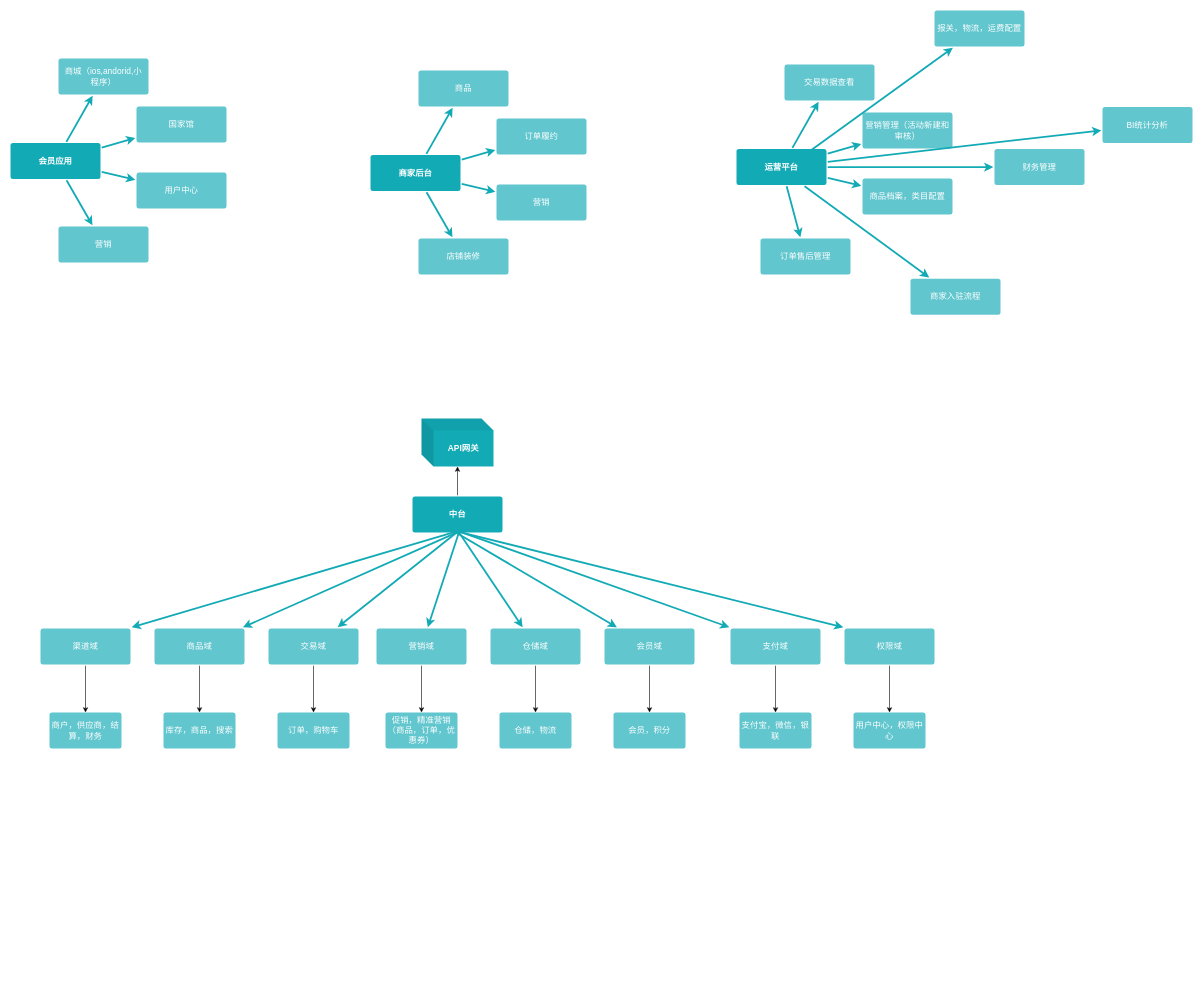
This is uml/未命名绘图.drawio from shuailee/note, a draw.io file, before an edit. Source tidied: cells renumbered, new cells numbered last; positions are measured from the earlier drawing's top-left corner, leaving out a move shared by most shapes. Both pictures are drawn from the tidied source at 60%, with x=0, y=0 at pixel (10, 10).
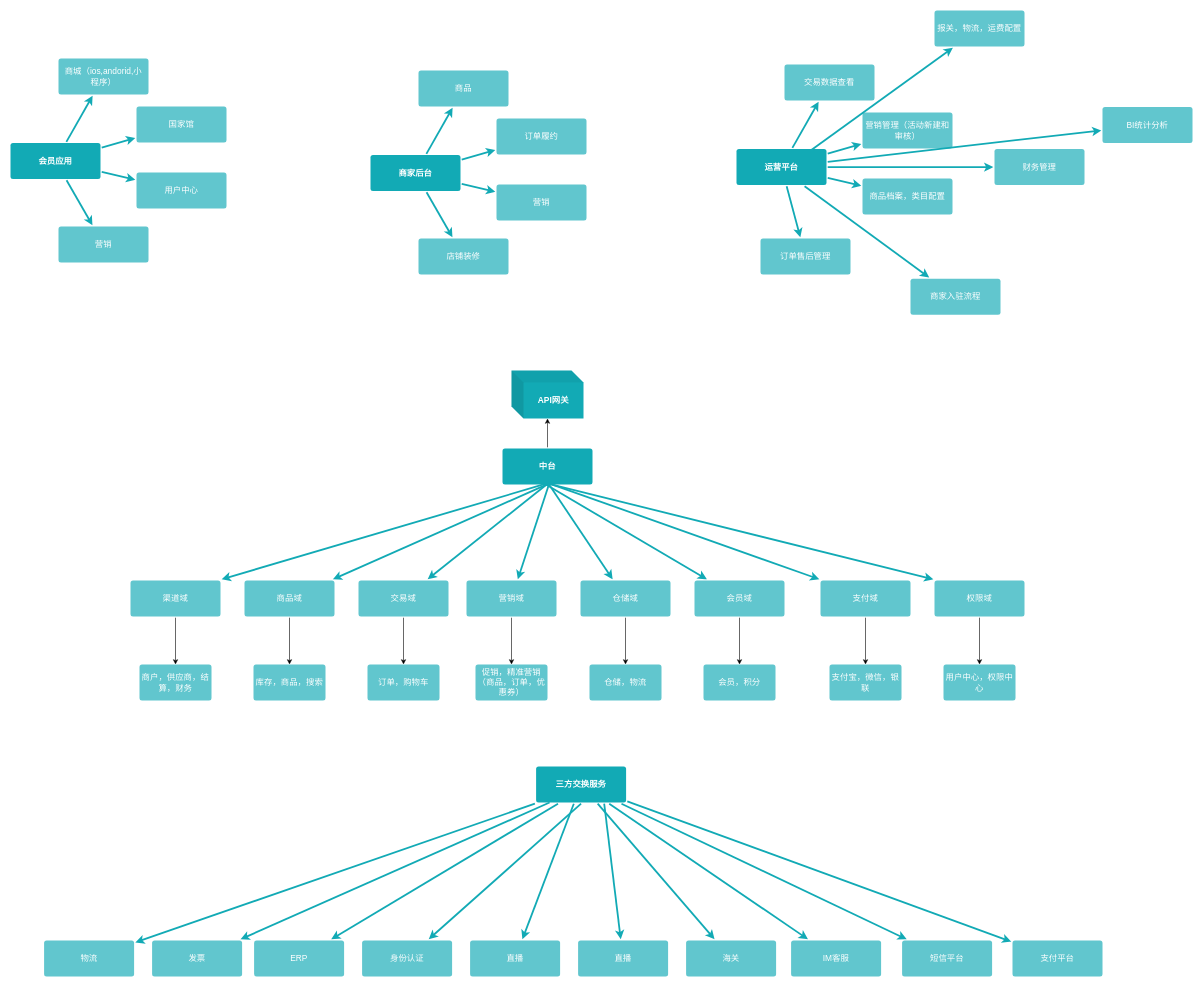
Above is the later version.

Commit message:
已添加 未命名绘图.drawio

Diff of the diagram source:
```diff
@@
     <mxCell id="31" value="中台" style="rounded=1;whiteSpace=wrap;html=1;shadow=0;labelBackgroundColor=none;strokeColor=none;strokeWidth=3;fillColor=#12aab5;fontFamily=Helvetica;fontSize=14;fontColor=#FFFFFF;align=center;spacing=5;fontStyle=1;arcSize=7;perimeterSpacing=2;" parent="1" vertex="1">
-      <mxGeometry x="670" y="810" width="150" height="60" as="geometry" />
+      <mxGeometry x="820" y="730" width="150" height="60" as="geometry" />
     </mxCell>
@@
     <mxCell id="33" value="营销域" style="rounded=1;whiteSpace=wrap;html=1;shadow=0;labelBackgroundColor=none;strokeColor=none;strokeWidth=3;fillColor=#61c6ce;fontFamily=Helvetica;fontSize=14;fontColor=#FFFFFF;align=center;spacing=5;fontStyle=0;arcSize=7;perimeterSpacing=2;" parent="1" vertex="1">
-      <mxGeometry x="610" y="1030" width="150" height="60" as="geometry" />
+      <mxGeometry x="760" y="950" width="150" height="60" as="geometry" />
     </mxCell>
@@
     <mxCell id="36" value="交易域" style="rounded=1;whiteSpace=wrap;html=1;shadow=0;labelBackgroundColor=none;strokeColor=none;strokeWidth=3;fillColor=#61c6ce;fontFamily=Helvetica;fontSize=14;fontColor=#FFFFFF;align=center;spacing=5;fontStyle=0;arcSize=7;perimeterSpacing=2;" parent="1" vertex="1">
-      <mxGeometry x="430" y="1030" width="150" height="60" as="geometry" />
+      <mxGeometry x="580" y="950" width="150" height="60" as="geometry" />
     </mxCell>
@@
     <mxCell id="39" value="仓储域" style="rounded=1;whiteSpace=wrap;html=1;shadow=0;labelBackgroundColor=none;strokeColor=none;strokeWidth=3;fillColor=#61c6ce;fontFamily=Helvetica;fontSize=14;fontColor=#FFFFFF;align=center;spacing=5;fontStyle=0;arcSize=7;perimeterSpacing=2;" parent="1" vertex="1">
-      <mxGeometry x="800" y="1030" width="150" height="60" as="geometry" />
+      <mxGeometry x="950" y="950" width="150" height="60" as="geometry" />
     </mxCell>
@@
     <mxCell id="42" value="商品域" style="rounded=1;whiteSpace=wrap;html=1;shadow=0;labelBackgroundColor=none;strokeColor=none;strokeWidth=3;fillColor=#61c6ce;fontFamily=Helvetica;fontSize=14;fontColor=#FFFFFF;align=center;spacing=5;fontStyle=0;arcSize=7;perimeterSpacing=2;" parent="1" vertex="1">
-      <mxGeometry x="240" y="1030" width="150" height="60" as="geometry" />
+      <mxGeometry x="390" y="950" width="150" height="60" as="geometry" />
     </mxCell>
@@
     <mxCell id="45" value="会员域" style="rounded=1;whiteSpace=wrap;html=1;shadow=0;labelBackgroundColor=none;strokeColor=none;strokeWidth=3;fillColor=#61c6ce;fontFamily=Helvetica;fontSize=14;fontColor=#FFFFFF;align=center;spacing=5;fontStyle=0;arcSize=7;perimeterSpacing=2;" parent="1" vertex="1">
-      <mxGeometry x="990" y="1030" width="150" height="60" as="geometry" />
+      <mxGeometry x="1140" y="950" width="150" height="60" as="geometry" />
     </mxCell>
@@
     <mxCell id="48" value="支付域" style="rounded=1;whiteSpace=wrap;html=1;shadow=0;labelBackgroundColor=none;strokeColor=none;strokeWidth=3;fillColor=#61c6ce;fontFamily=Helvetica;fontSize=14;fontColor=#FFFFFF;align=center;spacing=5;fontStyle=0;arcSize=7;perimeterSpacing=2;" parent="1" vertex="1">
-      <mxGeometry x="1200" y="1030" width="150" height="60" as="geometry" />
+      <mxGeometry x="1350" y="950" width="150" height="60" as="geometry" />
     </mxCell>
@@
     <mxCell id="50" value="渠道域" style="rounded=1;whiteSpace=wrap;html=1;shadow=0;labelBackgroundColor=none;strokeColor=none;strokeWidth=3;fillColor=#61c6ce;fontFamily=Helvetica;fontSize=14;fontColor=#FFFFFF;align=center;spacing=5;fontStyle=0;arcSize=7;perimeterSpacing=2;" parent="1" vertex="1">
-      <mxGeometry x="50" y="1030" width="150" height="60" as="geometry" />
+      <mxGeometry x="200" y="950" width="150" height="60" as="geometry" />
     </mxCell>
@@
     <mxCell id="54" value="权限域" style="rounded=1;whiteSpace=wrap;html=1;shadow=0;labelBackgroundColor=none;strokeColor=none;strokeWidth=3;fillColor=#61c6ce;fontFamily=Helvetica;fontSize=14;fontColor=#FFFFFF;align=center;spacing=5;fontStyle=0;arcSize=7;perimeterSpacing=2;" parent="1" vertex="1">
-      <mxGeometry x="1390" y="1030" width="150" height="60" as="geometry" />
+      <mxGeometry x="1540" y="950" width="150" height="60" as="geometry" />
     </mxCell>
     <mxCell id="55" value="商户，供应商，结算，财务" style="whiteSpace=wrap;html=1;rounded=1;shadow=0;fontSize=14;fontColor=#FFFFFF;fontStyle=0;strokeColor=none;strokeWidth=3;fillColor=#61c6ce;spacing=5;arcSize=7;" parent="1" vertex="1">
-      <mxGeometry x="65" y="1170" width="120" height="60" as="geometry" />
+      <mxGeometry x="215" y="1090" width="120" height="60" as="geometry" />
     </mxCell>
     <mxCell id="56" value="库存，商品，搜索" style="whiteSpace=wrap;html=1;rounded=1;shadow=0;fontSize=14;fontColor=#FFFFFF;fontStyle=0;strokeColor=none;strokeWidth=3;fillColor=#61c6ce;spacing=5;arcSize=7;" parent="1" vertex="1">
-      <mxGeometry x="255" y="1170" width="120" height="60" as="geometry" />
+      <mxGeometry x="405" y="1090" width="120" height="60" as="geometry" />
     </mxCell>
     <mxCell id="57" value="订单，购物车" style="whiteSpace=wrap;html=1;rounded=1;shadow=0;fontSize=14;fontColor=#FFFFFF;fontStyle=0;strokeColor=none;strokeWidth=3;fillColor=#61c6ce;spacing=5;arcSize=7;" parent="1" vertex="1">
-      <mxGeometry x="445" y="1170" width="120" height="60" as="geometry" />
+      <mxGeometry x="595" y="1090" width="120" height="60" as="geometry" />
     </mxCell>
     <mxCell id="58" value="仓储，物流" style="whiteSpace=wrap;html=1;rounded=1;shadow=0;fontSize=14;fontColor=#FFFFFF;fontStyle=0;strokeColor=none;strokeWidth=3;fillColor=#61c6ce;spacing=5;arcSize=7;" parent="1" vertex="1">
-      <mxGeometry x="815" y="1170" width="120" height="60" as="geometry" />
+      <mxGeometry x="965" y="1090" width="120" height="60" as="geometry" />
     </mxCell>
     <mxCell id="59" value="促销，精准营销&lt;br&gt;（商品，订单，优惠券）" style="whiteSpace=wrap;html=1;rounded=1;shadow=0;fontSize=14;fontColor=#FFFFFF;fontStyle=0;strokeColor=none;strokeWidth=3;fillColor=#61c6ce;spacing=5;arcSize=7;" parent="1" vertex="1">
-      <mxGeometry x="625" y="1170" width="120" height="60" as="geometry" />
+      <mxGeometry x="775" y="1090" width="120" height="60" as="geometry" />
     </mxCell>
     <mxCell id="60" value="会员，积分" style="whiteSpace=wrap;html=1;rounded=1;shadow=0;fontSize=14;fontColor=#FFFFFF;fontStyle=0;strokeColor=none;strokeWidth=3;fillColor=#61c6ce;spacing=5;arcSize=7;" parent="1" vertex="1">
-      <mxGeometry x="1005" y="1170" width="120" height="60" as="geometry" />
+      <mxGeometry x="1155" y="1090" width="120" height="60" as="geometry" />
     </mxCell>
     <mxCell id="61" value="支付宝，微信，银联" style="whiteSpace=wrap;html=1;rounded=1;shadow=0;fontSize=14;fontColor=#FFFFFF;fontStyle=0;strokeColor=none;strokeWidth=3;fillColor=#61c6ce;spacing=5;arcSize=7;" parent="1" vertex="1">
-      <mxGeometry x="1215" y="1170" width="120" height="60" as="geometry" />
+      <mxGeometry x="1365" y="1090" width="120" height="60" as="geometry" />
     </mxCell>
     <mxCell id="62" value="用户中心，权限中心" style="whiteSpace=wrap;html=1;rounded=1;shadow=0;fontSize=14;fontColor=#FFFFFF;fontStyle=0;strokeColor=none;strokeWidth=3;fillColor=#61c6ce;spacing=5;arcSize=7;" parent="1" vertex="1">
-      <mxGeometry x="1405" y="1170" width="120" height="60" as="geometry" />
+      <mxGeometry x="1555" y="1090" width="120" height="60" as="geometry" />
     </mxCell>
     <mxCell id="63" value="API网关" style="shape=cube;whiteSpace=wrap;html=1;boundedLbl=1;backgroundOutline=1;darkOpacity=0.05;darkOpacity2=0.1;rounded=1;shadow=0;fontSize=14;fontColor=#FFFFFF;fontStyle=1;strokeColor=none;strokeWidth=3;fillColor=#12aab5;spacing=5;arcSize=7;" parent="1" vertex="1">
-      <mxGeometry x="685" y="680" width="120" height="80" as="geometry" />
+      <mxGeometry x="835" y="600" width="120" height="80" as="geometry" />
     </mxCell>
@@
+    <mxCell id="72" value="三方交换服务" style="rounded=1;whiteSpace=wrap;html=1;shadow=0;labelBackgroundColor=none;strokeColor=none;strokeWidth=3;fillColor=#12aab5;fontFamily=Helvetica;fontSize=14;fontColor=#FFFFFF;align=center;spacing=5;fontStyle=1;arcSize=7;perimeterSpacing=2;" parent="1" vertex="1">
+      <mxGeometry x="876" y="1260" width="150" height="60" as="geometry" />
+    </mxCell>
+    <mxCell id="73" value="直播" style="rounded=1;whiteSpace=wrap;html=1;shadow=0;labelBackgroundColor=none;strokeColor=none;strokeWidth=3;fillColor=#61c6ce;fontFamily=Helvetica;fontSize=14;fontColor=#FFFFFF;align=center;spacing=5;fontStyle=0;arcSize=7;perimeterSpacing=2;" parent="1" vertex="1">
+      <mxGeometry x="766" y="1550" width="150" height="60" as="geometry" />
+    </mxCell>
+    <mxCell id="74" style="edgeStyle=none;rounded=1;jumpStyle=none;html=1;shadow=0;labelBackgroundColor=none;startArrow=none;startFill=0;jettySize=auto;strokeColor=#12AAB5;strokeWidth=3;fontFamily=Helvetica;fontSize=14;fontColor=#FFFFFF;spacing=5;fontStyle=1;fillColor=#b0e3e6;" parent="1" edge="1" source="72" target="73">
+      <mxGeometry relative="1" as="geometry" />
+    </mxCell>
+    <mxCell id="75" value="IM客服" style="rounded=1;whiteSpace=wrap;html=1;shadow=0;labelBackgroundColor=none;strokeColor=none;strokeWidth=3;fillColor=#61c6ce;fontFamily=Helvetica;fontSize=14;fontColor=#FFFFFF;align=center;spacing=5;fontStyle=0;arcSize=7;perimeterSpacing=2;" parent="1" vertex="1">
+      <mxGeometry x="1301" y="1550" width="150" height="60" as="geometry" />
+    </mxCell>
+    <mxCell id="76" style="edgeStyle=none;rounded=1;jumpStyle=none;html=1;shadow=0;labelBackgroundColor=none;startArrow=none;startFill=0;jettySize=auto;strokeColor=#12AAB5;strokeWidth=3;fontFamily=Helvetica;fontSize=14;fontColor=#FFFFFF;spacing=5;fontStyle=1;fillColor=#b0e3e6;" parent="1" edge="1" source="72" target="75">
+      <mxGeometry relative="1" as="geometry" />
+    </mxCell>
+    <mxCell id="77" value="短信平台" style="rounded=1;whiteSpace=wrap;html=1;shadow=0;labelBackgroundColor=none;strokeColor=none;strokeWidth=3;fillColor=#61c6ce;fontFamily=Helvetica;fontSize=14;fontColor=#FFFFFF;align=center;spacing=5;fontStyle=0;arcSize=7;perimeterSpacing=2;" parent="1" vertex="1">
+      <mxGeometry x="1486" y="1550" width="150" height="60" as="geometry" />
+    </mxCell>
+    <mxCell id="78" style="edgeStyle=none;rounded=1;jumpStyle=none;html=1;shadow=0;labelBackgroundColor=none;startArrow=none;startFill=0;jettySize=auto;strokeColor=#12AAB5;strokeWidth=3;fontFamily=Helvetica;fontSize=14;fontColor=#FFFFFF;spacing=5;fontStyle=1;fillColor=#b0e3e6;" parent="1" edge="1" source="72" target="77">
+      <mxGeometry relative="1" as="geometry" />
+    </mxCell>
+    <mxCell id="79" value="支付平台" style="rounded=1;whiteSpace=wrap;html=1;shadow=0;labelBackgroundColor=none;strokeColor=none;strokeWidth=3;fillColor=#61c6ce;fontFamily=Helvetica;fontSize=14;fontColor=#FFFFFF;align=center;spacing=5;fontStyle=0;arcSize=7;perimeterSpacing=2;" parent="1" vertex="1">
+      <mxGeometry x="1670" y="1550" width="150" height="60" as="geometry" />
+    </mxCell>
+    <mxCell id="80" style="edgeStyle=none;rounded=1;jumpStyle=none;html=1;shadow=0;labelBackgroundColor=none;startArrow=none;startFill=0;jettySize=auto;strokeColor=#12AAB5;strokeWidth=3;fontFamily=Helvetica;fontSize=14;fontColor=#FFFFFF;spacing=5;fontStyle=1;fillColor=#b0e3e6;" parent="1" edge="1" source="72" target="79">
+      <mxGeometry relative="1" as="geometry" />
+    </mxCell>
+    <mxCell id="81" value="直播" style="rounded=1;whiteSpace=wrap;html=1;shadow=0;labelBackgroundColor=none;strokeColor=none;strokeWidth=3;fillColor=#61c6ce;fontFamily=Helvetica;fontSize=14;fontColor=#FFFFFF;align=center;spacing=5;fontStyle=0;arcSize=7;perimeterSpacing=2;" parent="1" vertex="1">
+      <mxGeometry x="946" y="1550" width="150" height="60" as="geometry" />
+    </mxCell>
+    <mxCell id="82" style="edgeStyle=none;rounded=1;jumpStyle=none;html=1;shadow=0;labelBackgroundColor=none;startArrow=none;startFill=0;jettySize=auto;strokeColor=#12AAB5;strokeWidth=3;fontFamily=Helvetica;fontSize=14;fontColor=#FFFFFF;spacing=5;fontStyle=1;fillColor=#b0e3e6;exitX=0.75;exitY=1;exitDx=0;exitDy=0;" parent="1" edge="1" source="72" target="81">
+      <mxGeometry relative="1" as="geometry" />
+    </mxCell>
+    <mxCell id="83" value="身份认证" style="rounded=1;whiteSpace=wrap;html=1;shadow=0;labelBackgroundColor=none;strokeColor=none;strokeWidth=3;fillColor=#61c6ce;fontFamily=Helvetica;fontSize=14;fontColor=#FFFFFF;align=center;spacing=5;fontStyle=0;arcSize=7;perimeterSpacing=2;" parent="1" vertex="1">
+      <mxGeometry x="586" y="1550" width="150" height="60" as="geometry" />
+    </mxCell>
+    <mxCell id="84" style="edgeStyle=none;rounded=1;jumpStyle=none;html=1;shadow=0;labelBackgroundColor=none;startArrow=none;startFill=0;jettySize=auto;strokeColor=#12AAB5;strokeWidth=3;fontFamily=Helvetica;fontSize=14;fontColor=#FFFFFF;spacing=5;fontStyle=1;fillColor=#b0e3e6;exitX=0.5;exitY=1;exitDx=0;exitDy=0;" parent="1" edge="1" source="72" target="83">
+      <mxGeometry relative="1" as="geometry" />
+    </mxCell>
+    <mxCell id="85" value="ERP" style="rounded=1;whiteSpace=wrap;html=1;shadow=0;labelBackgroundColor=none;strokeColor=none;strokeWidth=3;fillColor=#61c6ce;fontFamily=Helvetica;fontSize=14;fontColor=#FFFFFF;align=center;spacing=5;fontStyle=0;arcSize=7;perimeterSpacing=2;" parent="1" vertex="1">
+      <mxGeometry x="406" y="1550" width="150" height="60" as="geometry" />
+    </mxCell>
+    <mxCell id="86" style="edgeStyle=none;rounded=1;jumpStyle=none;html=1;shadow=0;labelBackgroundColor=none;startArrow=none;startFill=0;jettySize=auto;strokeColor=#12AAB5;strokeWidth=3;fontFamily=Helvetica;fontSize=14;fontColor=#FFFFFF;spacing=5;fontStyle=1;fillColor=#b0e3e6;exitX=0.25;exitY=1;exitDx=0;exitDy=0;" parent="1" edge="1" source="72" target="85">
+      <mxGeometry relative="1" as="geometry" />
+    </mxCell>
+    <mxCell id="87" value="海关" style="rounded=1;whiteSpace=wrap;html=1;shadow=0;labelBackgroundColor=none;strokeColor=none;strokeWidth=3;fillColor=#61c6ce;fontFamily=Helvetica;fontSize=14;fontColor=#FFFFFF;align=center;spacing=5;fontStyle=0;arcSize=7;perimeterSpacing=2;" parent="1" vertex="1">
+      <mxGeometry x="1126" y="1550" width="150" height="60" as="geometry" />
+    </mxCell>
+    <mxCell id="88" style="edgeStyle=none;rounded=1;jumpStyle=none;html=1;shadow=0;labelBackgroundColor=none;startArrow=none;startFill=0;jettySize=auto;strokeColor=#12AAB5;strokeWidth=3;fontFamily=Helvetica;fontSize=14;fontColor=#FFFFFF;spacing=5;fontStyle=1;fillColor=#b0e3e6;" parent="1" edge="1" source="72" target="87">
+      <mxGeometry relative="1" as="geometry" />
+    </mxCell>
+    <mxCell id="89" value="发票" style="rounded=1;whiteSpace=wrap;html=1;shadow=0;labelBackgroundColor=none;strokeColor=none;strokeWidth=3;fillColor=#61c6ce;fontFamily=Helvetica;fontSize=14;fontColor=#FFFFFF;align=center;spacing=5;fontStyle=0;arcSize=7;perimeterSpacing=2;" parent="1" vertex="1">
+      <mxGeometry x="236" y="1550" width="150" height="60" as="geometry" />
+    </mxCell>
+    <mxCell id="90" style="edgeStyle=none;rounded=1;jumpStyle=none;html=1;shadow=0;labelBackgroundColor=none;startArrow=none;startFill=0;jettySize=auto;strokeColor=#12AAB5;strokeWidth=3;fontFamily=Helvetica;fontSize=14;fontColor=#FFFFFF;spacing=5;fontStyle=1;fillColor=#b0e3e6;exitX=0.159;exitY=0.969;exitDx=0;exitDy=0;exitPerimeter=0;" parent="1" edge="1" source="72" target="89">
+      <mxGeometry relative="1" as="geometry" />
+    </mxCell>
+    <mxCell id="91" value="物流" style="rounded=1;whiteSpace=wrap;html=1;shadow=0;labelBackgroundColor=none;strokeColor=none;strokeWidth=3;fillColor=#61c6ce;fontFamily=Helvetica;fontSize=14;fontColor=#FFFFFF;align=center;spacing=5;fontStyle=0;arcSize=7;perimeterSpacing=2;" parent="1" vertex="1">
+      <mxGeometry x="56" y="1550" width="150" height="60" as="geometry" />
+    </mxCell>
+    <mxCell id="92" style="edgeStyle=none;rounded=1;jumpStyle=none;html=1;shadow=0;labelBackgroundColor=none;startArrow=none;startFill=0;jettySize=auto;strokeColor=#12AAB5;strokeWidth=3;fontFamily=Helvetica;fontSize=14;fontColor=#FFFFFF;spacing=5;fontStyle=1;fillColor=#b0e3e6;exitX=0;exitY=1;exitDx=0;exitDy=0;" parent="1" edge="1" source="72" target="91">
+      <mxGeometry relative="1" as="geometry" />
+    </mxCell>
```
